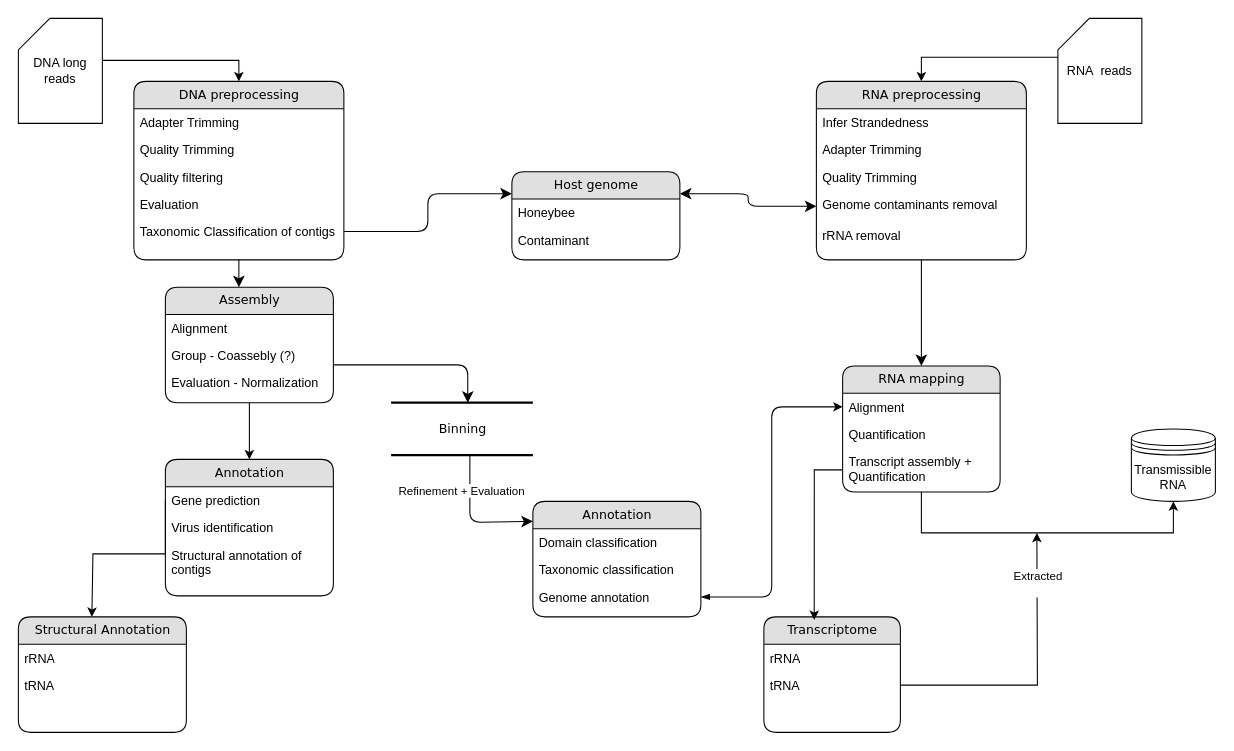
IceGreb/db_project keeps this draw.io diagram as analysis_workflow.drawio. Above is the earlier version. Source tidied: cells renumbered, new cells numbered last; positions are measured from the earlier drawing's top-left corner, leaving out a move shared by most shapes. Both pictures are drawn from the tidied source at 105%, with x=0, y=0 at pixel (18, 18).
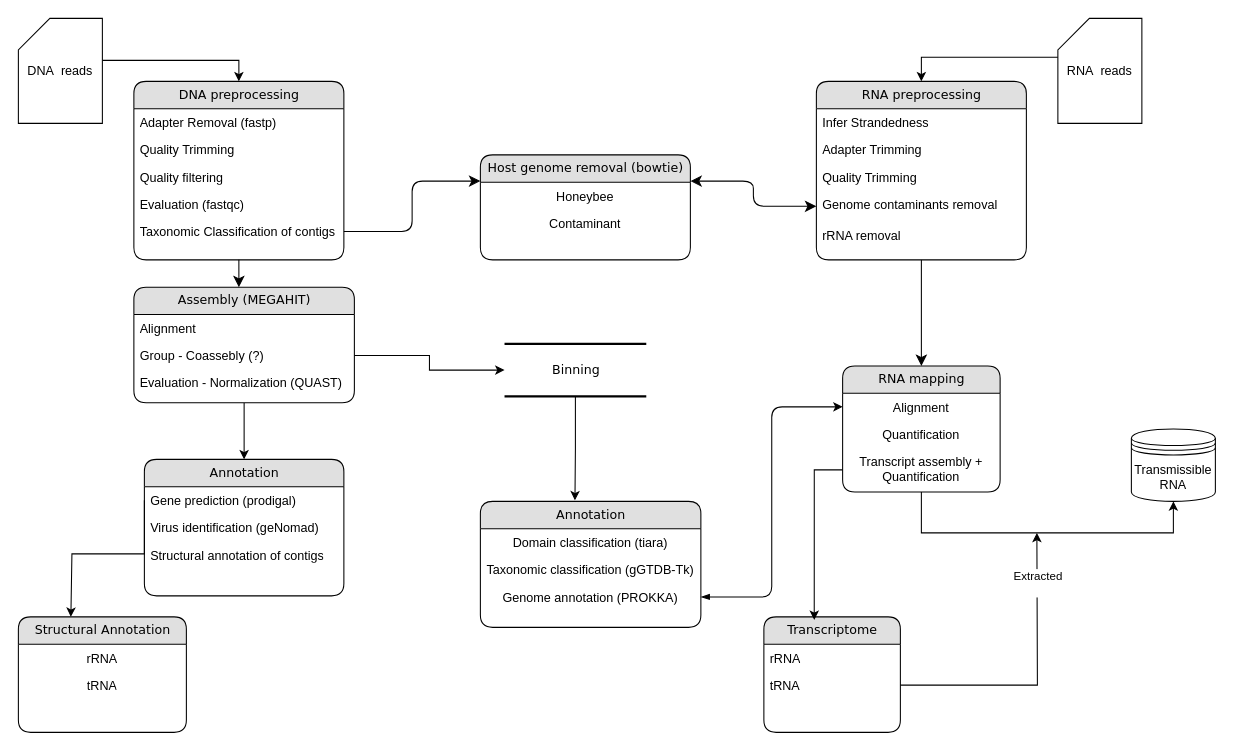
Above is the later version.

The change refers to these unchanged cells:
```xml
<mxCell id="2" value="DNA preprocessing" style="swimlane;html=1;fontStyle=0;horizontal=1;startSize=26;fillColor=#e0e0e0;swimlaneFillColor=#ffffff;align=center;rounded=1;shadow=0;comic=0;labelBackgroundColor=none;strokeWidth=1;fontFamily=Verdana;fontSize=12;" parent="1" vertex="1">
  <mxGeometry x="110" y="60" width="200" height="170" as="geometry" />
</mxCell>
<mxCell id="37" value="RNA mapping" style="swimlane;html=1;fontStyle=0;horizontal=1;startSize=26;fillColor=#e0e0e0;swimlaneFillColor=#ffffff;align=center;rounded=1;shadow=0;comic=0;labelBackgroundColor=none;strokeWidth=1;fontFamily=Verdana;fontSize=12;" parent="1" vertex="1">
  <mxGeometry x="785" y="331" width="150" height="120" as="geometry" />
</mxCell>
<mxCell id="41" value="Structural Annotation" style="swimlane;html=1;fontStyle=0;horizontal=1;startSize=26;fillColor=#e0e0e0;swimlaneFillColor=#ffffff;align=center;rounded=1;shadow=0;comic=0;labelBackgroundColor=none;strokeWidth=1;fontFamily=Verdana;fontSize=12;" parent="1" vertex="1">
  <mxGeometry y="570" width="160" height="110" as="geometry" />
</mxCell>
```

Diff of the diagram source:
```diff
@@
-    <mxCell id="3" value="Adapter Trimming" style="text;html=1;strokeColor=none;fillColor=none;spacingLeft=4;spacingRight=4;whiteSpace=wrap;overflow=hidden;" parent="2" vertex="1">
+    <mxCell id="3" value="Adapter Removal (fastp)" style="text;html=1;strokeColor=none;fillColor=none;spacingLeft=4;spacingRight=4;whiteSpace=wrap;overflow=hidden;" parent="2" vertex="1">
       <mxGeometry y="26" width="200" height="26" as="geometry" />
     </mxCell>
@@
-    <mxCell id="6" value="Evaluation" style="text;html=1;strokeColor=none;fillColor=none;spacingLeft=4;spacingRight=4;whiteSpace=wrap;overflow=hidden;" parent="2" vertex="1">
+    <mxCell id="6" value="Evaluation (fastqc)" style="text;html=1;strokeColor=none;fillColor=none;spacingLeft=4;spacingRight=4;whiteSpace=wrap;overflow=hidden;" parent="2" vertex="1">
       <mxGeometry y="104" width="200" height="26" as="geometry" />
     </mxCell>
@@
-    <mxCell id="9" value="Assembly" style="swimlane;html=1;fontStyle=0;horizontal=1;startSize=26;fillColor=#e0e0e0;swimlaneFillColor=#ffffff;align=center;rounded=1;shadow=0;comic=0;labelBackgroundColor=none;strokeWidth=1;fontFamily=Verdana;fontSize=12;" parent="1" vertex="1">
-      <mxGeometry x="140" y="256" width="160" height="110" as="geometry" />
+    <mxCell id="9" value="Assembly (MEGAHIT)" style="swimlane;html=1;fontStyle=0;horizontal=1;startSize=26;fillColor=#e0e0e0;swimlaneFillColor=#ffffff;align=center;rounded=1;shadow=0;comic=0;labelBackgroundColor=none;strokeWidth=1;fontFamily=Verdana;fontSize=12;" parent="1" vertex="1">
+      <mxGeometry x="110" y="256" width="210" height="110" as="geometry" />
     </mxCell>
     <mxCell id="10" value="Alignment&lt;span style=&quot;white-space: pre;&quot;&gt;&#9;&lt;/span&gt;" style="text;html=1;strokeColor=none;fillColor=none;spacingLeft=4;spacingRight=4;whiteSpace=wrap;overflow=hidden;" parent="9" vertex="1">
-      <mxGeometry y="26" width="160" height="26" as="geometry" />
+      <mxGeometry y="26" width="210" height="26" as="geometry" />
     </mxCell>
     <mxCell id="11" value="Group - Coassebly (?)" style="text;html=1;strokeColor=none;fillColor=none;spacingLeft=4;spacingRight=4;whiteSpace=wrap;overflow=hidden;points=[[0,0.5],[1,0.5]];portConstraint=eastwest;" parent="9" vertex="1">
-      <mxGeometry y="52" width="160" height="26" as="geometry" />
+      <mxGeometry y="52" width="210" height="26" as="geometry" />
     </mxCell>
-    <mxCell id="12" value="Evaluation - Normalization" style="text;html=1;strokeColor=none;fillColor=none;spacingLeft=4;spacingRight=4;whiteSpace=wrap;overflow=hidden;" parent="9" vertex="1">
-      <mxGeometry y="78" width="160" height="26" as="geometry" />
+    <mxCell id="12" value="Evaluation - Normalization (QUAST)" style="text;html=1;strokeColor=none;fillColor=none;spacingLeft=4;spacingRight=4;whiteSpace=wrap;overflow=hidden;" parent="9" vertex="1">
+      <mxGeometry y="78" width="210" height="26" as="geometry" />
     </mxCell>
     <mxCell id="13" value="Annotation" style="swimlane;html=1;fontStyle=0;horizontal=1;startSize=26;fillColor=#e0e0e0;swimlaneFillColor=#ffffff;align=center;rounded=1;shadow=0;comic=0;labelBackgroundColor=none;strokeWidth=1;fontFamily=Verdana;fontSize=12;" parent="1" vertex="1">
-      <mxGeometry x="140" y="420" width="160" height="130" as="geometry" />
+      <mxGeometry x="120" y="420" width="190" height="130" as="geometry" />
     </mxCell>
@@
-    <mxCell id="15" value="Gene prediction" style="text;html=1;strokeColor=none;fillColor=none;spacingLeft=4;spacingRight=4;whiteSpace=wrap;overflow=hidden;points=[[0,0.5],[1,0.5]];portConstraint=eastwest;" parent="13" vertex="1">
-      <mxGeometry y="26" width="160" height="26" as="geometry" />
+    <mxCell id="15" value="Gene prediction (prodigal)" style="text;html=1;strokeColor=none;fillColor=none;spacingLeft=4;spacingRight=4;whiteSpace=wrap;overflow=hidden;points=[[0,0.5],[1,0.5]];portConstraint=eastwest;" parent="13" vertex="1">
+      <mxGeometry y="26" width="190" height="26" as="geometry" />
     </mxCell>
-    <mxCell id="16" value="Virus identification" style="text;html=1;strokeColor=none;fillColor=none;spacingLeft=4;spacingRight=4;whiteSpace=wrap;overflow=hidden;" parent="13" vertex="1">
-      <mxGeometry y="52" width="160" height="26" as="geometry" />
+    <mxCell id="16" value="Virus identification (geNomad)" style="text;html=1;strokeColor=none;fillColor=none;spacingLeft=4;spacingRight=4;whiteSpace=wrap;overflow=hidden;" parent="13" vertex="1">
+      <mxGeometry y="52" width="190" height="26" as="geometry" />
     </mxCell>
     <mxCell id="17" value="Structural annotation of contigs" style="text;html=1;strokeColor=none;fillColor=none;spacingLeft=4;spacingRight=4;whiteSpace=wrap;overflow=hidden;" parent="13" vertex="1">
-      <mxGeometry y="78" width="160" height="32" as="geometry" />
+      <mxGeometry y="78" width="190" height="32" as="geometry" />
     </mxCell>
-    <mxCell id="18" value="Host genome" style="swimlane;html=1;fontStyle=0;horizontal=1;startSize=26;fillColor=#e0e0e0;swimlaneFillColor=#ffffff;align=center;rounded=1;shadow=0;comic=0;labelBackgroundColor=none;strokeWidth=1;fontFamily=Verdana;fontSize=12;" parent="1" vertex="1">
-      <mxGeometry x="470" y="146" width="160" height="84" as="geometry" />
+    <mxCell id="18" value="Host genome removal (bowtie)" style="swimlane;html=1;fontStyle=0;horizontal=1;startSize=26;fillColor=#e0e0e0;swimlaneFillColor=#ffffff;align=center;rounded=1;shadow=0;comic=0;labelBackgroundColor=none;strokeWidth=1;fontFamily=Verdana;fontSize=12;" parent="1" vertex="1">
+      <mxGeometry x="440" y="130" width="200" height="100" as="geometry" />
     </mxCell>
-    <mxCell id="19" value="Honeybee" style="text;html=1;strokeColor=none;fillColor=none;spacingLeft=4;spacingRight=4;whiteSpace=wrap;overflow=hidden;" parent="18" vertex="1">
-      <mxGeometry y="26" width="160" height="26" as="geometry" />
+    <mxCell id="19" value="Honeybee" style="text;html=1;strokeColor=none;fillColor=none;spacingLeft=4;spacingRight=4;whiteSpace=wrap;overflow=hidden;align=center;" parent="18" vertex="1">
+      <mxGeometry y="26" width="200" height="26" as="geometry" />
     </mxCell>
-    <mxCell id="20" value="Contaminant" style="text;html=1;strokeColor=none;fillColor=none;spacingLeft=4;spacingRight=4;whiteSpace=wrap;overflow=hidden;" parent="18" vertex="1">
-      <mxGeometry y="52" width="160" height="26" as="geometry" />
+    <mxCell id="20" value="Contaminant" style="text;html=1;strokeColor=none;fillColor=none;spacingLeft=4;spacingRight=4;whiteSpace=wrap;overflow=hidden;align=center;" parent="18" vertex="1">
+      <mxGeometry y="52" width="200" height="26" as="geometry" />
     </mxCell>
     <mxCell id="21" value="Annotation" style="swimlane;html=1;fontStyle=0;horizontal=1;startSize=26;fillColor=#e0e0e0;swimlaneFillColor=#ffffff;align=center;rounded=1;shadow=0;comic=0;labelBackgroundColor=none;strokeWidth=1;fontFamily=Verdana;fontSize=12;" parent="1" vertex="1">
-      <mxGeometry x="490" y="460" width="160" height="110" as="geometry" />
+      <mxGeometry x="440" y="460" width="210" height="120" as="geometry" />
     </mxCell>
-    <mxCell id="22" value="Domain classification" style="text;html=1;strokeColor=none;fillColor=none;spacingLeft=4;spacingRight=4;whiteSpace=wrap;overflow=hidden;" parent="21" vertex="1">
-      <mxGeometry y="26" width="160" height="26" as="geometry" />
+    <mxCell id="22" value="Domain classification (tiara)" style="text;html=1;strokeColor=none;fillColor=none;spacingLeft=4;spacingRight=4;whiteSpace=wrap;overflow=hidden;align=center;" parent="21" vertex="1">
+      <mxGeometry y="26" width="210" height="26" as="geometry" />
     </mxCell>
-    <mxCell id="23" value="Taxonomic classification" style="text;html=1;strokeColor=none;fillColor=none;spacingLeft=4;spacingRight=4;whiteSpace=wrap;overflow=hidden;" parent="21" vertex="1">
-      <mxGeometry y="52" width="160" height="26" as="geometry" />
+    <mxCell id="23" value="Taxonomic classification (gGTDB-Tk)" style="text;html=1;strokeColor=none;fillColor=none;spacingLeft=4;spacingRight=4;whiteSpace=wrap;overflow=hidden;align=center;" parent="21" vertex="1">
+      <mxGeometry y="52" width="210" height="26" as="geometry" />
     </mxCell>
-    <mxCell id="24" value="Genome annotation" style="text;html=1;strokeColor=none;fillColor=none;spacingLeft=4;spacingRight=4;whiteSpace=wrap;overflow=hidden;points=[[0,0.5],[1,0.5]];portConstraint=eastwest;" parent="21" vertex="1">
-      <mxGeometry y="78" width="160" height="26" as="geometry" />
+    <mxCell id="24" value="Genome annotation (PROKKA)" style="text;html=1;strokeColor=none;fillColor=none;spacingLeft=4;spacingRight=4;whiteSpace=wrap;overflow=hidden;points=[[0,0.5],[1,0.5]];portConstraint=eastwest;align=center;" parent="21" vertex="1">
+      <mxGeometry y="78" width="210" height="26" as="geometry" />
     </mxCell>
     <mxCell id="25" value="Binning" style="html=1;rounded=0;shadow=0;comic=0;labelBackgroundColor=none;strokeWidth=2;fontFamily=Verdana;fontSize=12;align=center;shape=mxgraph.ios7ui.horLines;" parent="1" vertex="1">
-      <mxGeometry x="355" y="366" width="135" height="50" as="geometry" />
+      <mxGeometry x="463" y="310" width="135" height="50" as="geometry" />
     </mxCell>
-    <mxCell id="26" style="edgeStyle=orthogonalEdgeStyle;html=1;labelBackgroundColor=none;startFill=0;startSize=8;endFill=1;endSize=8;fontFamily=Verdana;fontSize=12;entryX=0;entryY=0.173;entryDx=0;entryDy=0;entryPerimeter=0;" parent="1" edge="1" source="25" target="21">
-      <mxGeometry x="-0.13" y="32" relative="1" as="geometry">
-        <Array as="points">
-          <mxPoint x="430" y="480" />
-        </Array>
-      </mxGeometry>
-    </mxCell>
-    <mxCell id="27" value="Refinement + Evaluation" style="edgeLabel;html=1;align=center;verticalAlign=middle;" parent="26" vertex="1">
-      <mxGeometry x="0.07" relative="1" as="geometry">
-        <mxPoint x="-10" y="-30" as="offset" />
-      </mxGeometry>
-    </mxCell>
-    <mxCell id="28" style="edgeStyle=orthogonalEdgeStyle;html=1;labelBackgroundColor=none;startFill=0;startSize=8;endFill=1;endSize=8;fontFamily=Verdana;fontSize=12;" parent="1" edge="1" source="9" target="25">
-      <mxGeometry relative="1" as="geometry">
-        <Array as="points">
-          <mxPoint x="428" y="330" />
-        </Array>
-      </mxGeometry>
-    </mxCell>
@@
-    <mxCell id="35" value="DNA long reads" style="shape=card;whiteSpace=wrap;html=1;" parent="1" vertex="1">
+    <mxCell id="35" value="DNA&amp;nbsp; reads" style="shape=card;whiteSpace=wrap;html=1;" parent="1" vertex="1">
       <mxGeometry width="80" height="100" as="geometry" />
     </mxCell>
@@
-    <mxCell id="38" value="Alignment" style="text;html=1;strokeColor=none;fillColor=none;spacingLeft=4;spacingRight=4;whiteSpace=wrap;overflow=hidden;points=[[0,0.5],[1,0.5]];portConstraint=eastwest;" parent="37" vertex="1">
+    <mxCell id="38" value="Alignment" style="text;html=1;strokeColor=none;fillColor=none;spacingLeft=4;spacingRight=4;whiteSpace=wrap;overflow=hidden;points=[[0,0.5],[1,0.5]];portConstraint=eastwest;align=center;" parent="37" vertex="1">
       <mxGeometry y="26" width="150" height="26" as="geometry" />
     </mxCell>
-    <mxCell id="39" value="Quantification" style="text;html=1;strokeColor=none;fillColor=none;spacingLeft=4;spacingRight=4;whiteSpace=wrap;overflow=hidden;" parent="37" vertex="1">
+    <mxCell id="39" value="Quantification" style="text;html=1;strokeColor=none;fillColor=none;spacingLeft=4;spacingRight=4;whiteSpace=wrap;overflow=hidden;align=center;" parent="37" vertex="1">
       <mxGeometry y="52" width="150" height="26" as="geometry" />
     </mxCell>
-    <mxCell id="40" value="Transcript assembly + Quantification" style="text;html=1;strokeColor=none;fillColor=none;spacingLeft=4;spacingRight=4;whiteSpace=wrap;overflow=hidden;points=[[0,0.5],[1,0.5]];portConstraint=eastwest;" parent="37" vertex="1">
+    <mxCell id="40" value="Transcript assembly + Quantification" style="text;html=1;strokeColor=none;fillColor=none;spacingLeft=4;spacingRight=4;whiteSpace=wrap;overflow=hidden;points=[[0,0.5],[1,0.5]];portConstraint=eastwest;align=center;" parent="37" vertex="1">
       <mxGeometry y="78" width="150" height="42" as="geometry" />
     </mxCell>
@@
-    <mxCell id="42" value="rRNA" style="text;html=1;strokeColor=none;fillColor=none;spacingLeft=4;spacingRight=4;whiteSpace=wrap;overflow=hidden;" parent="41" vertex="1">
+    <mxCell id="42" value="rRNA" style="text;html=1;strokeColor=none;fillColor=none;spacingLeft=4;spacingRight=4;whiteSpace=wrap;overflow=hidden;align=center;" parent="41" vertex="1">
       <mxGeometry y="26" width="160" height="26" as="geometry" />
     </mxCell>
-    <mxCell id="43" value="tRNA" style="text;html=1;strokeColor=none;fillColor=none;spacingLeft=4;spacingRight=4;whiteSpace=wrap;overflow=hidden;" parent="41" vertex="1">
+    <mxCell id="43" value="tRNA" style="text;html=1;strokeColor=none;fillColor=none;spacingLeft=4;spacingRight=4;whiteSpace=wrap;overflow=hidden;align=center;" parent="41" vertex="1">
       <mxGeometry y="52" width="160" height="26" as="geometry" />
     </mxCell>
@@
+    <mxCell id="59" style="edgeStyle=orthogonalEdgeStyle;rounded=0;jettySize=auto;html=1;" parent="1" edge="1" source="11" target="25">
+      <mxGeometry relative="1" as="geometry" />
+    </mxCell>
+    <mxCell id="26" style="edgeStyle=orthogonalEdgeStyle;rounded=0;jettySize=auto;html=1;entryX=0.429;entryY=-0.008;entryDx=0;entryDy=0;entryPerimeter=0;" parent="1" edge="1" source="25" target="21">
+      <mxGeometry relative="1" as="geometry" />
+    </mxCell>
```
